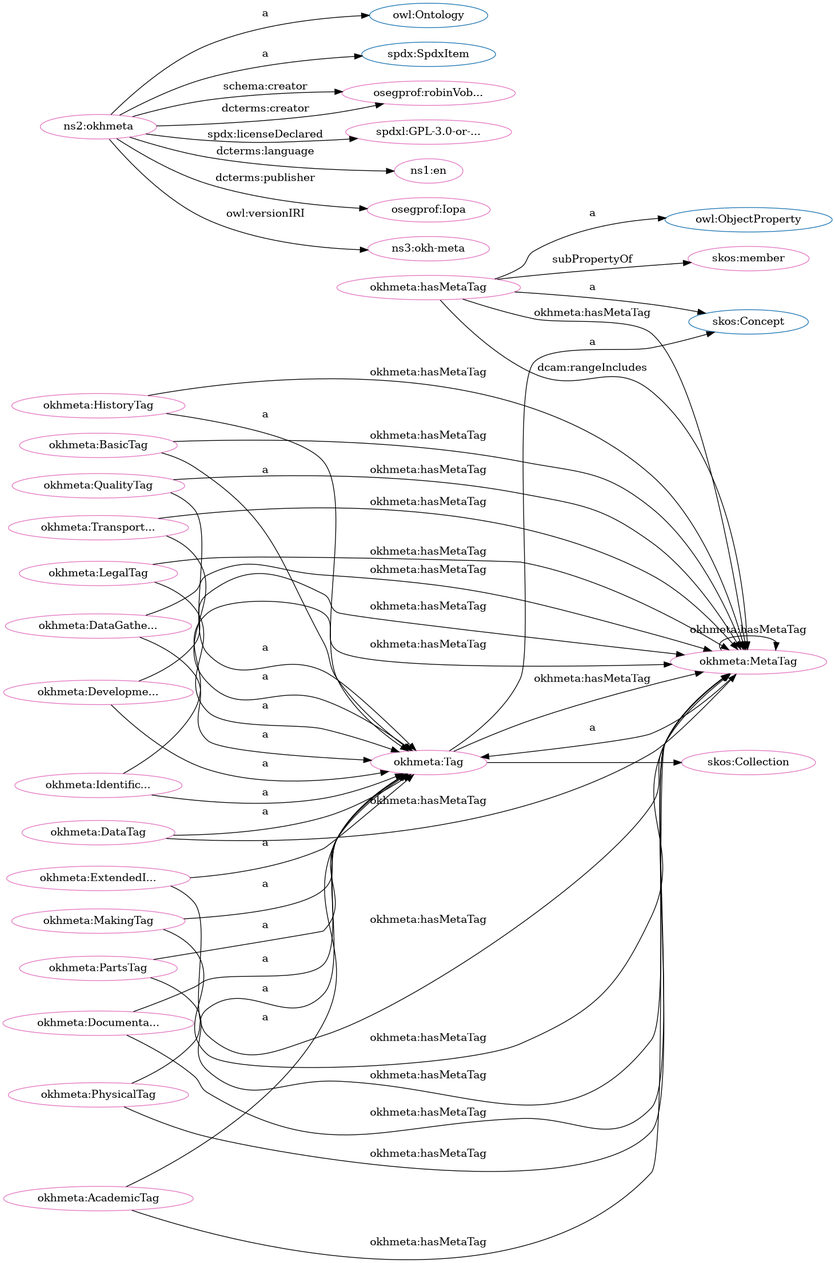
Before: src/spec/dot_okh-meta.png, a diagram exported from Graphviz (iop-alliance/OpenKnowHow). Its source is kept beside it as src/spec/dot_okh-meta.dot.
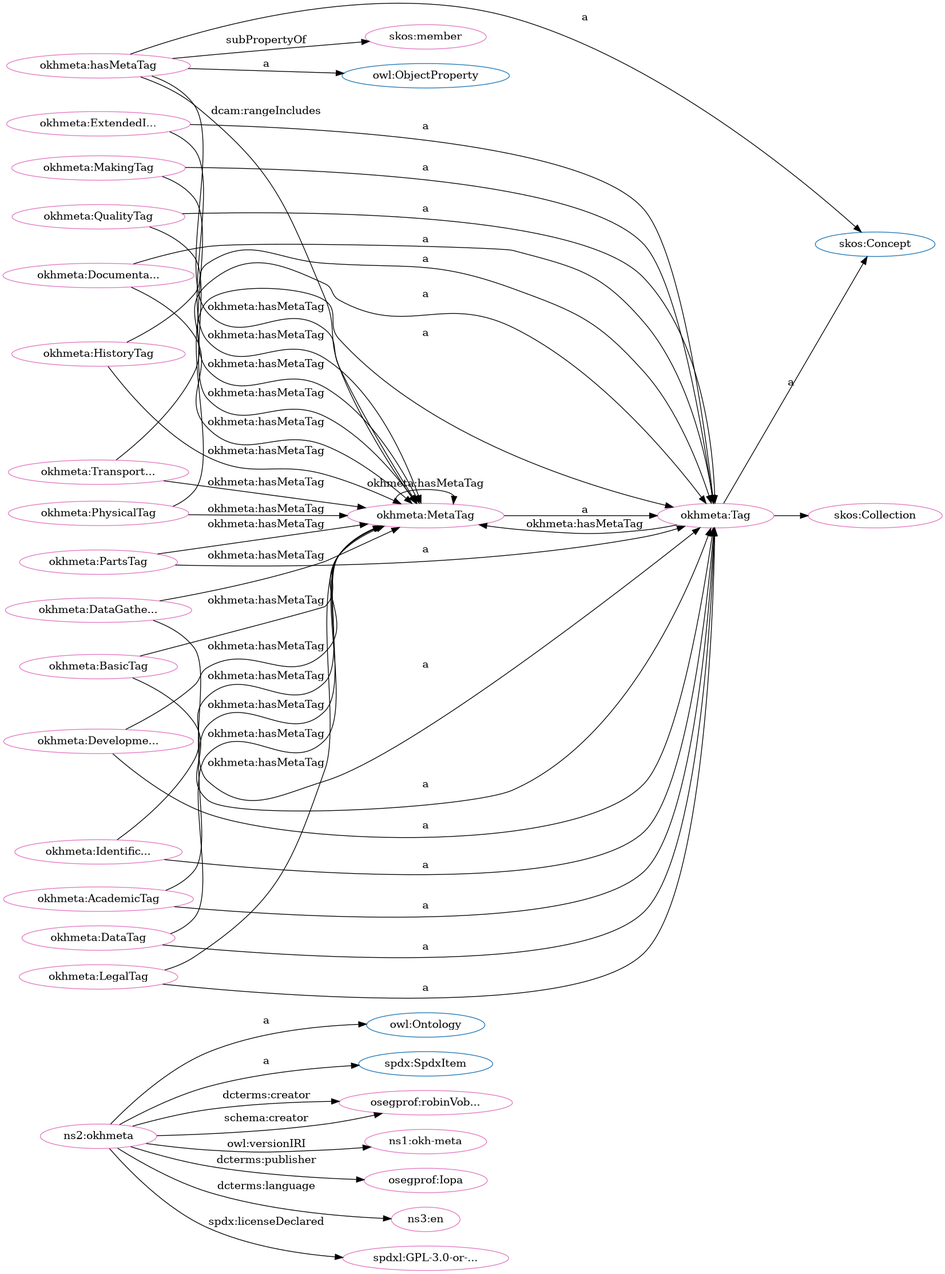
Above is the later version.

Diff of the diagram source:
```diff
@@ -1,84 +1,84 @@
 digraph G {
   rankdir=BT
   node[height=.3]
+"http://www.w3.org/2002/07/owl#Ontology" [fillcolor="#1f77b4" color="#1f77b4" label="owl:Ontology"]
+"http://www.w3.org/2002/07/owl#ObjectProperty" [fillcolor="#1f77b4" color="#1f77b4" label="owl:ObjectProperty"]
+"http://www.w3.org/2004/02/skos/core#Concept" [fillcolor="#1f77b4" color="#1f77b4" label="skos:Concept"]
+"http://www.w3.org/2004/02/skos/core#Collection" [fillcolor="#1f77b4" color="#1f77b4" label="skos:Collection"]
 "http://w3id.org/oseg/ont/okhmeta#Tag" [fillcolor="#1f77b4" color="#1f77b4" label="okhmeta:Tag"]
-"http://www.w3.org/2004/02/skos/core#Collection" [fillcolor="#1f77b4" color="#1f77b4" label="skos:Collection"]
-"http://www.w3.org/2002/07/owl#Ontology" [fillcolor="#1f77b4" color="#1f77b4" label="owl:Ontology"]
-"http://www.w3.org/2004/02/skos/core#Concept" [fillcolor="#1f77b4" color="#1f77b4" label="skos:Concept"]
-"http://www.w3.org/2002/07/owl#ObjectProperty" [fillcolor="#1f77b4" color="#1f77b4" label="owl:ObjectProperty"]
 "http://spdx.org/rdf/terms#SpdxItem" [fillcolor="#1f77b4" color="#1f77b4" label="spdx:SpdxItem"]
+"http://w3id.org/oseg/ont/okhmeta#MetaTag" [fillcolor="#e377c2" color="#e377c2" label="okhmeta:MetaTag"]
+"http://w3id.org/oseg/ont/okhmeta#PartsTag" [fillcolor="#e377c2" color="#e377c2" label="okhmeta:PartsTag"]
 "http://w3id.org/oseg/ont/oseg-profiles#robinVobruba" [fillcolor="#e377c2" color="#e377c2" label="osegprof:robinVob..."]
+"http://w3id.org/oseg/ont/1.1.0/okh-meta" [fillcolor="#e377c2" color="#e377c2" label="ns1:okh-meta"]
+"http://www.w3.org/2004/02/skos/core#member" [fillcolor="#e377c2" color="#e377c2" label="skos:member"]
+"http://w3id.org/oseg/ont/oseg-profiles#Iopa" [fillcolor="#e377c2" color="#e377c2" label="osegprof:Iopa"]
+"http://w3id.org/oseg/ont/okhmeta" [fillcolor="#e377c2" color="#e377c2" label="ns2:okhmeta"]
 "http://w3id.org/oseg/ont/okhmeta#LegalTag" [fillcolor="#e377c2" color="#e377c2" label="okhmeta:LegalTag"]
-"http://w3id.org/oseg/ont/okhmeta#MetaTag" [fillcolor="#e377c2" color="#e377c2" label="okhmeta:MetaTag"]
+"http://id.loc.gov/vocabulary/iso639-1/en" [fillcolor="#e377c2" color="#e377c2" label="ns3:en"]
+"http://w3id.org/oseg/ont/okhmeta#HistoryTag" [fillcolor="#e377c2" color="#e377c2" label="okhmeta:HistoryTag"]
+"http://w3id.org/oseg/ont/okhmeta#DevelopmentTag" [fillcolor="#e377c2" color="#e377c2" label="okhmeta:Developme..."]
+"http://w3id.org/oseg/ont/okhmeta#MakingTag" [fillcolor="#e377c2" color="#e377c2" label="okhmeta:MakingTag"]
 "http://spdx.org/licenses/GPL-3.0-or-later" [fillcolor="#e377c2" color="#e377c2" label="spdxl:GPL-3.0-or-..."]
-"http://id.loc.gov/vocabulary/iso639-1/en" [fillcolor="#e377c2" color="#e377c2" label="ns1:en"]
 "http://w3id.org/oseg/ont/okhmeta#DocumentationTag" [fillcolor="#e377c2" color="#e377c2" label="okhmeta:Documenta..."]
 "http://www.w3.org/2004/02/skos/core#Collection" [fillcolor="#e377c2" color="#e377c2" label="skos:Collection"]
-"http://w3id.org/oseg/ont/okhmeta#HistoryTag" [fillcolor="#e377c2" color="#e377c2" label="okhmeta:HistoryTag"]
-"http://w3id.org/oseg/ont/okhmeta#ExtendedInfoTag" [fillcolor="#e377c2" color="#e377c2" label="okhmeta:ExtendedI..."]
-"http://w3id.org/oseg/ont/okhmeta#PartsTag" [fillcolor="#e377c2" color="#e377c2" label="okhmeta:PartsTag"]
-"http://w3id.org/oseg/ont/okhmeta#hasMetaTag" [fillcolor="#e377c2" color="#e377c2" label="okhmeta:hasMetaTag"]
-"http://w3id.org/oseg/ont/okhmeta#BasicTag" [fillcolor="#e377c2" color="#e377c2" label="okhmeta:BasicTag"]
+"http://w3id.org/oseg/ont/okhmeta#PhysicalTag" [fillcolor="#e377c2" color="#e377c2" label="okhmeta:PhysicalTag"]
 "http://w3id.org/oseg/ont/okhmeta#QualityTag" [fillcolor="#e377c2" color="#e377c2" label="okhmeta:QualityTag"]
-"http://w3id.org/oseg/ont/oseg-profiles#Iopa" [fillcolor="#e377c2" color="#e377c2" label="osegprof:Iopa"]
 "http://w3id.org/oseg/ont/okhmeta#DataTag" [fillcolor="#e377c2" color="#e377c2" label="okhmeta:DataTag"]
-"http://w3id.org/oseg/ont/okhmeta#AcademicTag" [fillcolor="#e377c2" color="#e377c2" label="okhmeta:AcademicTag"]
-"http://www.w3.org/2004/02/skos/core#member" [fillcolor="#e377c2" color="#e377c2" label="skos:member"]
-"http://w3id.org/oseg/ont/okhmeta#DevelopmentTag" [fillcolor="#e377c2" color="#e377c2" label="okhmeta:Developme..."]
-"http://w3id.org/oseg/ont/okhmeta#PhysicalTag" [fillcolor="#e377c2" color="#e377c2" label="okhmeta:PhysicalTag"]
-"http://w3id.org/oseg/ont/okhmeta" [fillcolor="#e377c2" color="#e377c2" label="ns2:okhmeta"]
-"http://w3id.org/oseg/ont/okhmeta#IdentificationTag" [fillcolor="#e377c2" color="#e377c2" label="okhmeta:Identific..."]
-"http://w3id.org/oseg/ont/okhmeta#MakingTag" [fillcolor="#e377c2" color="#e377c2" label="okhmeta:MakingTag"]
 "http://w3id.org/oseg/ont/okhmeta#Tag" [fillcolor="#e377c2" color="#e377c2" label="okhmeta:Tag"]
 "http://w3id.org/oseg/ont/okhmeta#DataGatheringTag" [fillcolor="#e377c2" color="#e377c2" label="okhmeta:DataGathe..."]
-"http://w3id.org/oseg/ont/1.1.0/okh-meta" [fillcolor="#e377c2" color="#e377c2" label="ns3:okh-meta"]
+"http://w3id.org/oseg/ont/okhmeta#ExtendedInfoTag" [fillcolor="#e377c2" color="#e377c2" label="okhmeta:ExtendedI..."]
+"http://w3id.org/oseg/ont/okhmeta#BasicTag" [fillcolor="#e377c2" color="#e377c2" label="okhmeta:BasicTag"]
+"http://w3id.org/oseg/ont/okhmeta#IdentificationTag" [fillcolor="#e377c2" color="#e377c2" label="okhmeta:Identific..."]
+"http://w3id.org/oseg/ont/okhmeta#hasMetaTag" [fillcolor="#e377c2" color="#e377c2" label="okhmeta:hasMetaTag"]
+"http://w3id.org/oseg/ont/okhmeta#AcademicTag" [fillcolor="#e377c2" color="#e377c2" label="okhmeta:AcademicTag"]
 "http://w3id.org/oseg/ont/okhmeta#TransportationTag" [fillcolor="#e377c2" color="#e377c2" label="okhmeta:Transport..."]
+  "http://w3id.org/oseg/ont/okhmeta#PartsTag" -> "http://w3id.org/oseg/ont/okhmeta#Tag" [label="a"]
+  "http://w3id.org/oseg/ont/okhmeta#MetaTag" -> "http://w3id.org/oseg/ont/okhmeta#MetaTag" [label="okhmeta:hasMetaTag"]
+  "http://w3id.org/oseg/ont/okhmeta" -> "http://w3id.org/oseg/ont/1.1.0/okh-meta" [label="owl:versionIRI"]
+  "http://w3id.org/oseg/ont/okhmeta" -> "http://w3id.org/oseg/ont/oseg-profiles#Iopa" [label="dcterms:publisher"]
+  "http://w3id.org/oseg/ont/okhmeta#PhysicalTag" -> "http://w3id.org/oseg/ont/okhmeta#MetaTag" [label="okhmeta:hasMetaTag"]
+  "http://w3id.org/oseg/ont/okhmeta#DataTag" -> "http://w3id.org/oseg/ont/okhmeta#MetaTag" [label="okhmeta:hasMetaTag"]
+  "http://w3id.org/oseg/ont/okhmeta" -> "http://id.loc.gov/vocabulary/iso639-1/en" [label="dcterms:language"]
+  "http://w3id.org/oseg/ont/okhmeta#ExtendedInfoTag" -> "http://w3id.org/oseg/ont/okhmeta#MetaTag" [label="okhmeta:hasMetaTag"]
+  "http://w3id.org/oseg/ont/okhmeta#MetaTag" -> "http://w3id.org/oseg/ont/okhmeta#Tag" [label="a"]
+  "http://w3id.org/oseg/ont/okhmeta#IdentificationTag" -> "http://w3id.org/oseg/ont/okhmeta#MetaTag" [label="okhmeta:hasMetaTag"]
+  "http://w3id.org/oseg/ont/okhmeta#BasicTag" -> "http://w3id.org/oseg/ont/okhmeta#MetaTag" [label="okhmeta:hasMetaTag"]
+  "http://w3id.org/oseg/ont/okhmeta#Tag" -> "http://www.w3.org/2004/02/skos/core#Collection" [label=""]
+  "http://w3id.org/oseg/ont/okhmeta#PhysicalTag" -> "http://w3id.org/oseg/ont/okhmeta#Tag" [label="a"]
+  "http://w3id.org/oseg/ont/okhmeta#DataTag" -> "http://w3id.org/oseg/ont/okhmeta#Tag" [label="a"]
+  "http://w3id.org/oseg/ont/okhmeta#DataGatheringTag" -> "http://w3id.org/oseg/ont/okhmeta#MetaTag" [label="okhmeta:hasMetaTag"]
+  "http://w3id.org/oseg/ont/okhmeta#DocumentationTag" -> "http://w3id.org/oseg/ont/okhmeta#MetaTag" [label="okhmeta:hasMetaTag"]
+  "http://w3id.org/oseg/ont/okhmeta#ExtendedInfoTag" -> "http://w3id.org/oseg/ont/okhmeta#Tag" [label="a"]
+  "http://w3id.org/oseg/ont/okhmeta#TransportationTag" -> "http://w3id.org/oseg/ont/okhmeta#MetaTag" [label="okhmeta:hasMetaTag"]
+  "http://w3id.org/oseg/ont/okhmeta#hasMetaTag" -> "http://w3id.org/oseg/ont/okhmeta#MetaTag" [label="dcam:rangeIncludes"]
+  "http://w3id.org/oseg/ont/okhmeta#BasicTag" -> "http://w3id.org/oseg/ont/okhmeta#Tag" [label="a"]
+  "http://w3id.org/oseg/ont/okhmeta#IdentificationTag" -> "http://w3id.org/oseg/ont/okhmeta#Tag" [label="a"]
+  "http://w3id.org/oseg/ont/okhmeta#MakingTag" -> "http://w3id.org/oseg/ont/okhmeta#MetaTag" [label="okhmeta:hasMetaTag"]
+  "http://w3id.org/oseg/ont/okhmeta#hasMetaTag" -> "http://w3id.org/oseg/ont/okhmeta#MetaTag" [label="okhmeta:hasMetaTag"]
+  "http://w3id.org/oseg/ont/okhmeta#hasMetaTag" -> "http://www.w3.org/2002/07/owl#ObjectProperty" [label="a"]
+  "http://w3id.org/oseg/ont/okhmeta" -> "http://spdx.org/rdf/terms#SpdxItem" [label="a"]
+  "http://w3id.org/oseg/ont/okhmeta#TransportationTag" -> "http://w3id.org/oseg/ont/okhmeta#Tag" [label="a"]
+  "http://w3id.org/oseg/ont/okhmeta#Tag" -> "http://w3id.org/oseg/ont/okhmeta#MetaTag" [label="okhmeta:hasMetaTag"]
+  "http://w3id.org/oseg/ont/okhmeta#LegalTag" -> "http://w3id.org/oseg/ont/okhmeta#MetaTag" [label="okhmeta:hasMetaTag"]
+  "http://w3id.org/oseg/ont/okhmeta#HistoryTag" -> "http://w3id.org/oseg/ont/okhmeta#MetaTag" [label="okhmeta:hasMetaTag"]
+  "http://w3id.org/oseg/ont/okhmeta#DevelopmentTag" -> "http://w3id.org/oseg/ont/okhmeta#MetaTag" [label="okhmeta:hasMetaTag"]
+  "http://w3id.org/oseg/ont/okhmeta" -> "http://w3id.org/oseg/ont/oseg-profiles#robinVobruba" [label="dcterms:creator"]
+  "http://w3id.org/oseg/ont/okhmeta#hasMetaTag" -> "http://www.w3.org/2004/02/skos/core#member" [label="subPropertyOf"]
+  "http://w3id.org/oseg/ont/okhmeta" -> "http://www.w3.org/2002/07/owl#Ontology" [label="a"]
+  "http://w3id.org/oseg/ont/okhmeta#QualityTag" -> "http://w3id.org/oseg/ont/okhmeta#MetaTag" [label="okhmeta:hasMetaTag"]
+  "http://w3id.org/oseg/ont/okhmeta#LegalTag" -> "http://w3id.org/oseg/ont/okhmeta#Tag" [label="a"]
+  "http://w3id.org/oseg/ont/okhmeta#HistoryTag" -> "http://w3id.org/oseg/ont/okhmeta#Tag" [label="a"]
+  "http://w3id.org/oseg/ont/okhmeta#DevelopmentTag" -> "http://w3id.org/oseg/ont/okhmeta#Tag" [label="a"]
+  "http://w3id.org/oseg/ont/okhmeta#MakingTag" -> "http://w3id.org/oseg/ont/okhmeta#Tag" [label="a"]
+  "http://w3id.org/oseg/ont/okhmeta" -> "http://spdx.org/licenses/GPL-3.0-or-later" [label="spdx:licenseDeclared"]
+  "http://w3id.org/oseg/ont/okhmeta#DocumentationTag" -> "http://w3id.org/oseg/ont/okhmeta#Tag" [label="a"]
+  "http://w3id.org/oseg/ont/okhmeta#QualityTag" -> "http://w3id.org/oseg/ont/okhmeta#Tag" [label="a"]
+  "http://w3id.org/oseg/ont/okhmeta#Tag" -> "http://www.w3.org/2004/02/skos/core#Concept" [label="a"]
   "http://w3id.org/oseg/ont/okhmeta" -> "http://w3id.org/oseg/ont/oseg-profiles#robinVobruba" [label="schema:creator"]
   "http://w3id.org/oseg/ont/okhmeta#AcademicTag" -> "http://w3id.org/oseg/ont/okhmeta#MetaTag" [label="okhmeta:hasMetaTag"]
-  "http://w3id.org/oseg/ont/okhmeta" -> "http://spdx.org/licenses/GPL-3.0-or-later" [label="spdx:licenseDeclared"]
-  "http://w3id.org/oseg/ont/okhmeta" -> "http://id.loc.gov/vocabulary/iso639-1/en" [label="dcterms:language"]
-  "http://w3id.org/oseg/ont/okhmeta#hasMetaTag" -> "http://w3id.org/oseg/ont/okhmeta#MetaTag" [label="okhmeta:hasMetaTag"]
-  "http://w3id.org/oseg/ont/okhmeta#DocumentationTag" -> "http://w3id.org/oseg/ont/okhmeta#Tag" [label="a"]
-  "http://w3id.org/oseg/ont/okhmeta#Tag" -> "http://www.w3.org/2004/02/skos/core#Collection" [label=""]
-  "http://w3id.org/oseg/ont/okhmeta#HistoryTag" -> "http://w3id.org/oseg/ont/okhmeta#Tag" [label="a"]
-  "http://w3id.org/oseg/ont/okhmeta#MetaTag" -> "http://w3id.org/oseg/ont/okhmeta#MetaTag" [label="okhmeta:hasMetaTag"]
-  "http://w3id.org/oseg/ont/okhmeta#BasicTag" -> "http://w3id.org/oseg/ont/okhmeta#Tag" [label="a"]
-  "http://w3id.org/oseg/ont/okhmeta#QualityTag" -> "http://w3id.org/oseg/ont/okhmeta#Tag" [label="a"]
-  "http://w3id.org/oseg/ont/okhmeta#hasMetaTag" -> "http://w3id.org/oseg/ont/okhmeta#MetaTag" [label="dcam:rangeIncludes"]
-  "http://w3id.org/oseg/ont/okhmeta#LegalTag" -> "http://w3id.org/oseg/ont/okhmeta#MetaTag" [label="okhmeta:hasMetaTag"]
-  "http://w3id.org/oseg/ont/okhmeta#DocumentationTag" -> "http://w3id.org/oseg/ont/okhmeta#MetaTag" [label="okhmeta:hasMetaTag"]
+  "http://w3id.org/oseg/ont/okhmeta#hasMetaTag" -> "http://www.w3.org/2004/02/skos/core#Concept" [label="a"]
+  "http://w3id.org/oseg/ont/okhmeta#PartsTag" -> "http://w3id.org/oseg/ont/okhmeta#MetaTag" [label="okhmeta:hasMetaTag"]
   "http://w3id.org/oseg/ont/okhmeta#AcademicTag" -> "http://w3id.org/oseg/ont/okhmeta#Tag" [label="a"]
-  "http://w3id.org/oseg/ont/okhmeta#DataTag" -> "http://w3id.org/oseg/ont/okhmeta#MetaTag" [label="okhmeta:hasMetaTag"]
-  "http://w3id.org/oseg/ont/okhmeta#hasMetaTag" -> "http://www.w3.org/2004/02/skos/core#member" [label="subPropertyOf"]
-  "http://w3id.org/oseg/ont/okhmeta#DevelopmentTag" -> "http://w3id.org/oseg/ont/okhmeta#MetaTag" [label="okhmeta:hasMetaTag"]
-  "http://w3id.org/oseg/ont/okhmeta#IdentificationTag" -> "http://w3id.org/oseg/ont/okhmeta#MetaTag" [label="okhmeta:hasMetaTag"]
-  "http://w3id.org/oseg/ont/okhmeta#PhysicalTag" -> "http://w3id.org/oseg/ont/okhmeta#Tag" [label="a"]
-  "http://w3id.org/oseg/ont/okhmeta#ExtendedInfoTag" -> "http://w3id.org/oseg/ont/okhmeta#MetaTag" [label="okhmeta:hasMetaTag"]
-  "http://w3id.org/oseg/ont/okhmeta#PartsTag" -> "http://w3id.org/oseg/ont/okhmeta#MetaTag" [label="okhmeta:hasMetaTag"]
-  "http://w3id.org/oseg/ont/okhmeta#Tag" -> "http://w3id.org/oseg/ont/okhmeta#MetaTag" [label="okhmeta:hasMetaTag"]
   "http://w3id.org/oseg/ont/okhmeta#DataGatheringTag" -> "http://w3id.org/oseg/ont/okhmeta#Tag" [label="a"]
-  "http://w3id.org/oseg/ont/okhmeta#TransportationTag" -> "http://w3id.org/oseg/ont/okhmeta#MetaTag" [label="okhmeta:hasMetaTag"]
-  "http://w3id.org/oseg/ont/okhmeta" -> "http://spdx.org/rdf/terms#SpdxItem" [label="a"]
-  "http://w3id.org/oseg/ont/okhmeta#LegalTag" -> "http://w3id.org/oseg/ont/okhmeta#Tag" [label="a"]
-  "http://w3id.org/oseg/ont/okhmeta" -> "http://w3id.org/oseg/ont/oseg-profiles#robinVobruba" [label="dcterms:creator"]
-  "http://w3id.org/oseg/ont/okhmeta#ExtendedInfoTag" -> "http://w3id.org/oseg/ont/okhmeta#Tag" [label="a"]
-  "http://w3id.org/oseg/ont/okhmeta#PartsTag" -> "http://w3id.org/oseg/ont/okhmeta#Tag" [label="a"]
-  "http://w3id.org/oseg/ont/okhmeta#MetaTag" -> "http://w3id.org/oseg/ont/okhmeta#Tag" [label="a"]
-  "http://w3id.org/oseg/ont/okhmeta#MakingTag" -> "http://w3id.org/oseg/ont/okhmeta#MetaTag" [label="okhmeta:hasMetaTag"]
-  "http://w3id.org/oseg/ont/okhmeta#QualityTag" -> "http://w3id.org/oseg/ont/okhmeta#MetaTag" [label="okhmeta:hasMetaTag"]
-  "http://w3id.org/oseg/ont/okhmeta#hasMetaTag" -> "http://www.w3.org/2002/07/owl#ObjectProperty" [label="a"]
-  "http://w3id.org/oseg/ont/okhmeta" -> "http://w3id.org/oseg/ont/oseg-profiles#Iopa" [label="dcterms:publisher"]
-  "http://w3id.org/oseg/ont/okhmeta#DataTag" -> "http://w3id.org/oseg/ont/okhmeta#Tag" [label="a"]
-  "http://w3id.org/oseg/ont/okhmeta#hasMetaTag" -> "http://www.w3.org/2004/02/skos/core#Concept" [label="a"]
-  "http://w3id.org/oseg/ont/okhmeta#PhysicalTag" -> "http://w3id.org/oseg/ont/okhmeta#MetaTag" [label="okhmeta:hasMetaTag"]
-  "http://w3id.org/oseg/ont/okhmeta#DevelopmentTag" -> "http://w3id.org/oseg/ont/okhmeta#Tag" [label="a"]
-  "http://w3id.org/oseg/ont/okhmeta" -> "http://www.w3.org/2002/07/owl#Ontology" [label="a"]
-  "http://w3id.org/oseg/ont/okhmeta#IdentificationTag" -> "http://w3id.org/oseg/ont/okhmeta#Tag" [label="a"]
-  "http://w3id.org/oseg/ont/okhmeta#HistoryTag" -> "http://w3id.org/oseg/ont/okhmeta#MetaTag" [label="okhmeta:hasMetaTag"]
-  "http://w3id.org/oseg/ont/okhmeta#MakingTag" -> "http://w3id.org/oseg/ont/okhmeta#Tag" [label="a"]
-  "http://w3id.org/oseg/ont/okhmeta#BasicTag" -> "http://w3id.org/oseg/ont/okhmeta#MetaTag" [label="okhmeta:hasMetaTag"]
-  "http://w3id.org/oseg/ont/okhmeta#Tag" -> "http://www.w3.org/2004/02/skos/core#Concept" [label="a"]
-  "http://w3id.org/oseg/ont/okhmeta" -> "http://w3id.org/oseg/ont/1.1.0/okh-meta" [label="owl:versionIRI"]
-  "http://w3id.org/oseg/ont/okhmeta#TransportationTag" -> "http://w3id.org/oseg/ont/okhmeta#Tag" [label="a"]
-  "http://w3id.org/oseg/ont/okhmeta#DataGatheringTag" -> "http://w3id.org/oseg/ont/okhmeta#MetaTag" [label="okhmeta:hasMetaTag"]
 }
```
